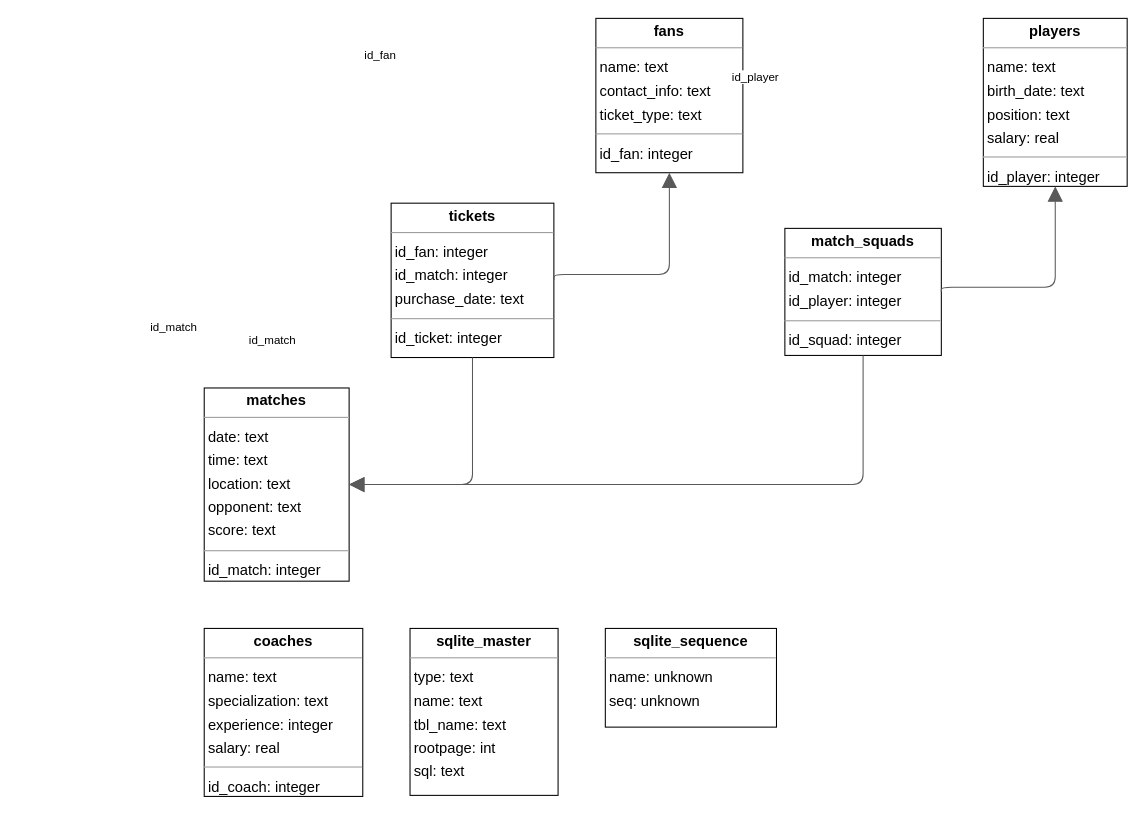
The draw.io diagram dasha_infological_model.drawio in knorke102/schemes, before the edit. Source tidied: cells renumbered, new cells numbered last; positions are measured from the earlier drawing's top-left corner, leaving out a move shared by most shapes. Both pictures are drawn from the tidied source at 105%, with x=0, y=0 at pixel (204, 18).
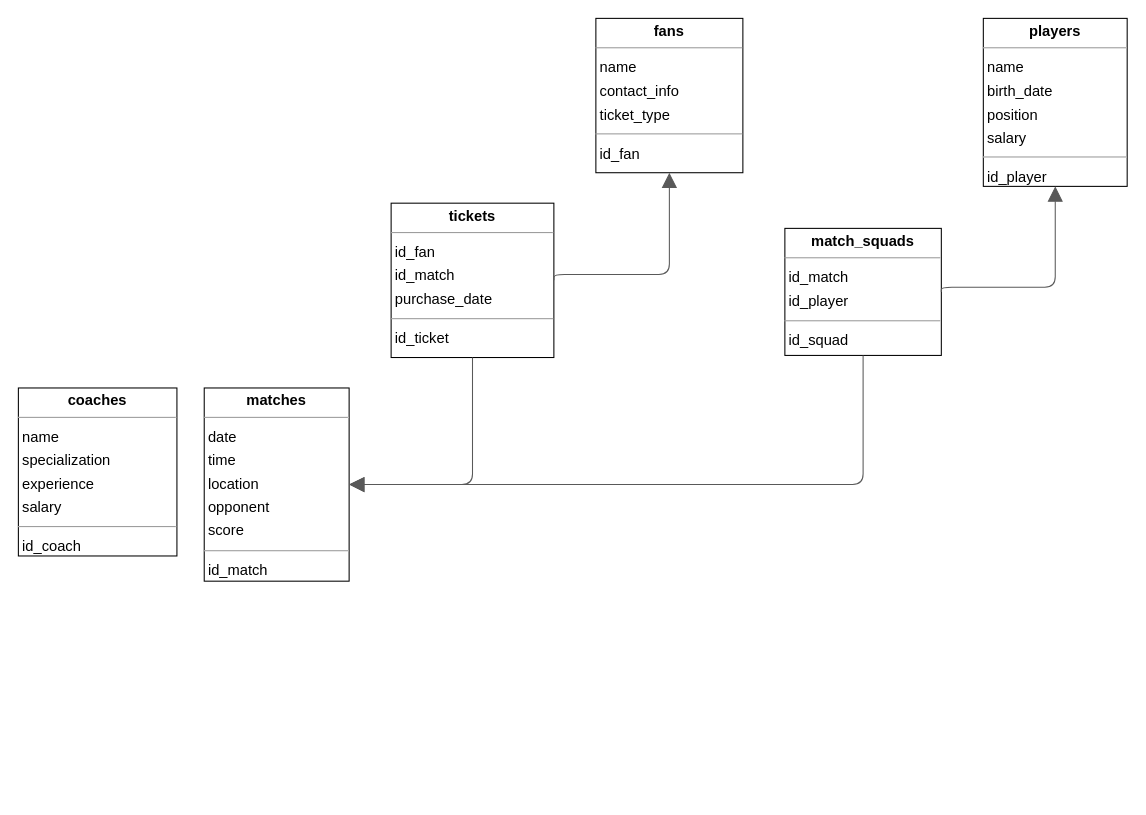
Above is the later version.

Unchanged cells that the change refers to:
```xml
<mxCell id="10" style="html=1;rounded=1;edgeStyle=orthogonalEdgeStyle;dashed=0;startArrow=none;endArrow=block;endSize=12;strokeColor=#595959;exitX=0.500;exitY=1.000;exitDx=0;exitDy=0;entryX=1.000;entryY=0.500;entryDx=0;entryDy=0;" parent="1" edge="1" source="4" target="5">
  <mxGeometry relative="1" as="geometry">
    <Array as="points">
      <mxPoint x="628" y="444" />
    </Array>
  </mxGeometry>
</mxCell>
<mxCell id="12" style="html=1;rounded=1;edgeStyle=orthogonalEdgeStyle;dashed=0;startArrow=none;endArrow=block;endSize=12;strokeColor=#595959;exitX=1.000;exitY=0.500;exitDx=0;exitDy=0;entryX=0.500;entryY=1.000;entryDx=0;entryDy=0;" parent="1" edge="1" source="4" target="6">
  <mxGeometry relative="1" as="geometry">
    <Array as="points">
      <mxPoint x="811" y="256" />
    </Array>
  </mxGeometry>
</mxCell>
<mxCell id="14" style="html=1;rounded=1;edgeStyle=orthogonalEdgeStyle;dashed=0;startArrow=none;endArrow=block;endSize=12;strokeColor=#595959;exitX=1.000;exitY=0.500;exitDx=0;exitDy=0;entryX=0.500;entryY=1.000;entryDx=0;entryDy=0;" parent="1" edge="1" source="9" target="3">
  <mxGeometry relative="1" as="geometry">
    <Array as="points">
      <mxPoint x="443" y="244" />
    </Array>
  </mxGeometry>
</mxCell>
<mxCell id="16" style="html=1;rounded=1;edgeStyle=orthogonalEdgeStyle;dashed=0;startArrow=none;endArrow=block;endSize=12;strokeColor=#595959;exitX=0.500;exitY=1.000;exitDx=0;exitDy=0;entryX=1.000;entryY=0.500;entryDx=0;entryDy=0;" parent="1" edge="1" source="9" target="5">
  <mxGeometry relative="1" as="geometry">
    <Array as="points">
      <mxPoint x="256" y="444" />
    </Array>
  </mxGeometry>
</mxCell>
```

The edit, as a diff of the source:
```diff
@@
-    <mxCell id="2" value="&lt;p style=&quot;margin:0px;margin-top:4px;text-align:center;&quot;&gt;&lt;b&gt;coaches&lt;/b&gt;&lt;/p&gt;&lt;hr size=&quot;1&quot;/&gt;&lt;p style=&quot;margin:0 0 0 4px;line-height:1.6;&quot;&gt; name: text&lt;br/&gt; specialization: text&lt;br/&gt; experience: integer&lt;br/&gt; salary: real&lt;/p&gt;&lt;hr size=&quot;1&quot;/&gt;&lt;p style=&quot;margin:0 0 0 4px;line-height:1.6;&quot;&gt; id_coach: integer&lt;/p&gt;" style="verticalAlign=top;align=left;overflow=fill;fontSize=14;fontFamily=Helvetica;html=1;rounded=0;shadow=0;comic=0;labelBackgroundColor=none;strokeWidth=1;" parent="1" vertex="1">
-      <mxGeometry y="581" width="151" height="160" as="geometry" />
+    <mxCell id="2" value="&lt;p style=&quot;margin:0px;margin-top:4px;text-align:center;&quot;&gt;&lt;b&gt;coaches&lt;/b&gt;&lt;/p&gt;&lt;hr size=&quot;1&quot;&gt;&lt;p style=&quot;margin:0 0 0 4px;line-height:1.6;&quot;&gt; name&lt;br&gt; specialization&lt;br&gt; experience&lt;br&gt; salary&lt;/p&gt;&lt;hr size=&quot;1&quot;&gt;&lt;p style=&quot;margin:0 0 0 4px;line-height:1.6;&quot;&gt; id_coach&lt;/p&gt;" style="verticalAlign=top;align=left;overflow=fill;fontSize=14;fontFamily=Helvetica;html=1;rounded=0;shadow=0;comic=0;labelBackgroundColor=none;strokeWidth=1;" parent="1" vertex="1">
+      <mxGeometry x="-177" y="352" width="151" height="160" as="geometry" />
     </mxCell>
-    <mxCell id="3" value="&lt;p style=&quot;margin:0px;margin-top:4px;text-align:center;&quot;&gt;&lt;b&gt;fans&lt;/b&gt;&lt;/p&gt;&lt;hr size=&quot;1&quot;/&gt;&lt;p style=&quot;margin:0 0 0 4px;line-height:1.6;&quot;&gt; name: text&lt;br/&gt; contact_info: text&lt;br/&gt; ticket_type: text&lt;/p&gt;&lt;hr size=&quot;1&quot;/&gt;&lt;p style=&quot;margin:0 0 0 4px;line-height:1.6;&quot;&gt; id_fan: integer&lt;/p&gt;" style="verticalAlign=top;align=left;overflow=fill;fontSize=14;fontFamily=Helvetica;html=1;rounded=0;shadow=0;comic=0;labelBackgroundColor=none;strokeWidth=1;" parent="1" vertex="1">
+    <mxCell id="3" value="&lt;p style=&quot;margin:0px;margin-top:4px;text-align:center;&quot;&gt;&lt;b&gt;fans&lt;/b&gt;&lt;/p&gt;&lt;hr size=&quot;1&quot;&gt;&lt;p style=&quot;margin:0 0 0 4px;line-height:1.6;&quot;&gt; name&lt;br&gt; contact_info&lt;br&gt; ticket_type&lt;/p&gt;&lt;hr size=&quot;1&quot;&gt;&lt;p style=&quot;margin:0 0 0 4px;line-height:1.6;&quot;&gt; id_fan&lt;/p&gt;" style="verticalAlign=top;align=left;overflow=fill;fontSize=14;fontFamily=Helvetica;html=1;rounded=0;shadow=0;comic=0;labelBackgroundColor=none;strokeWidth=1;" parent="1" vertex="1">
       <mxGeometry x="373" width="140" height="147" as="geometry" />
     </mxCell>
-    <mxCell id="4" value="&lt;p style=&quot;margin:0px;margin-top:4px;text-align:center;&quot;&gt;&lt;b&gt;match_squads&lt;/b&gt;&lt;/p&gt;&lt;hr size=&quot;1&quot;/&gt;&lt;p style=&quot;margin:0 0 0 4px;line-height:1.6;&quot;&gt; id_match: integer&lt;br/&gt; id_player: integer&lt;/p&gt;&lt;hr size=&quot;1&quot;/&gt;&lt;p style=&quot;margin:0 0 0 4px;line-height:1.6;&quot;&gt; id_squad: integer&lt;/p&gt;" style="verticalAlign=top;align=left;overflow=fill;fontSize=14;fontFamily=Helvetica;html=1;rounded=0;shadow=0;comic=0;labelBackgroundColor=none;strokeWidth=1;" parent="1" vertex="1">
+    <mxCell id="4" value="&lt;p style=&quot;margin:0px;margin-top:4px;text-align:center;&quot;&gt;&lt;b&gt;match_squads&lt;/b&gt;&lt;/p&gt;&lt;hr size=&quot;1&quot;&gt;&lt;p style=&quot;margin:0 0 0 4px;line-height:1.6;&quot;&gt; id_match&lt;br&gt; id_player&lt;/p&gt;&lt;hr size=&quot;1&quot;&gt;&lt;p style=&quot;margin:0 0 0 4px;line-height:1.6;&quot;&gt; id_squad&lt;/p&gt;" style="verticalAlign=top;align=left;overflow=fill;fontSize=14;fontFamily=Helvetica;html=1;rounded=0;shadow=0;comic=0;labelBackgroundColor=none;strokeWidth=1;" parent="1" vertex="1">
       <mxGeometry x="553" y="200" width="149" height="121" as="geometry" />
     </mxCell>
-    <mxCell id="5" value="&lt;p style=&quot;margin:0px;margin-top:4px;text-align:center;&quot;&gt;&lt;b&gt;matches&lt;/b&gt;&lt;/p&gt;&lt;hr size=&quot;1&quot;/&gt;&lt;p style=&quot;margin:0 0 0 4px;line-height:1.6;&quot;&gt; date: text&lt;br/&gt; time: text&lt;br/&gt; location: text&lt;br/&gt; opponent: text&lt;br/&gt; score: text&lt;/p&gt;&lt;hr size=&quot;1&quot;/&gt;&lt;p style=&quot;margin:0 0 0 4px;line-height:1.6;&quot;&gt; id_match: integer&lt;/p&gt;" style="verticalAlign=top;align=left;overflow=fill;fontSize=14;fontFamily=Helvetica;html=1;rounded=0;shadow=0;comic=0;labelBackgroundColor=none;strokeWidth=1;" parent="1" vertex="1">
+    <mxCell id="5" value="&lt;p style=&quot;margin:0px;margin-top:4px;text-align:center;&quot;&gt;&lt;b&gt;matches&lt;/b&gt;&lt;/p&gt;&lt;hr size=&quot;1&quot;&gt;&lt;p style=&quot;margin:0 0 0 4px;line-height:1.6;&quot;&gt; date&lt;br&gt; time&lt;br&gt; location&lt;br&gt; opponent&lt;br&gt; score&lt;/p&gt;&lt;hr size=&quot;1&quot;&gt;&lt;p style=&quot;margin:0 0 0 4px;line-height:1.6;&quot;&gt; id_match&lt;/p&gt;" style="verticalAlign=top;align=left;overflow=fill;fontSize=14;fontFamily=Helvetica;html=1;rounded=0;shadow=0;comic=0;labelBackgroundColor=none;strokeWidth=1;" parent="1" vertex="1">
       <mxGeometry y="352" width="138" height="184" as="geometry" />
     </mxCell>
-    <mxCell id="6" value="&lt;p style=&quot;margin:0px;margin-top:4px;text-align:center;&quot;&gt;&lt;b&gt;players&lt;/b&gt;&lt;/p&gt;&lt;hr size=&quot;1&quot;/&gt;&lt;p style=&quot;margin:0 0 0 4px;line-height:1.6;&quot;&gt; name: text&lt;br/&gt; birth_date: text&lt;br/&gt; position: text&lt;br/&gt; salary: real&lt;/p&gt;&lt;hr size=&quot;1&quot;/&gt;&lt;p style=&quot;margin:0 0 0 4px;line-height:1.6;&quot;&gt; id_player: integer&lt;/p&gt;" style="verticalAlign=top;align=left;overflow=fill;fontSize=14;fontFamily=Helvetica;html=1;rounded=0;shadow=0;comic=0;labelBackgroundColor=none;strokeWidth=1;" parent="1" vertex="1">
+    <mxCell id="6" value="&lt;p style=&quot;margin:0px;margin-top:4px;text-align:center;&quot;&gt;&lt;b&gt;players&lt;/b&gt;&lt;/p&gt;&lt;hr size=&quot;1&quot;&gt;&lt;p style=&quot;margin:0 0 0 4px;line-height:1.6;&quot;&gt; name&lt;br&gt; birth_date&lt;br&gt; position&lt;br&gt; salary&lt;/p&gt;&lt;hr size=&quot;1&quot;&gt;&lt;p style=&quot;margin:0 0 0 4px;line-height:1.6;&quot;&gt; id_player&lt;/p&gt;" style="verticalAlign=top;align=left;overflow=fill;fontSize=14;fontFamily=Helvetica;html=1;rounded=0;shadow=0;comic=0;labelBackgroundColor=none;strokeWidth=1;" parent="1" vertex="1">
       <mxGeometry x="742" width="137" height="160" as="geometry" />
     </mxCell>
-    <mxCell id="7" value="&lt;p style=&quot;margin:0px;margin-top:4px;text-align:center;&quot;&gt;&lt;b&gt;sqlite_master&lt;/b&gt;&lt;/p&gt;&lt;hr size=&quot;1&quot;/&gt;&lt;p style=&quot;margin:0 0 0 4px;line-height:1.6;&quot;&gt; type: text&lt;br/&gt; name: text&lt;br/&gt; tbl_name: text&lt;br/&gt; rootpage: int&lt;br/&gt; sql: text&lt;/p&gt;" style="verticalAlign=top;align=left;overflow=fill;fontSize=14;fontFamily=Helvetica;html=1;rounded=0;shadow=0;comic=0;labelBackgroundColor=none;strokeWidth=1;" parent="1" vertex="1">
-      <mxGeometry x="196" y="581" width="141" height="159" as="geometry" />
-    </mxCell>
-    <mxCell id="8" value="&lt;p style=&quot;margin:0px;margin-top:4px;text-align:center;&quot;&gt;&lt;b&gt;sqlite_sequence&lt;/b&gt;&lt;/p&gt;&lt;hr size=&quot;1&quot;/&gt;&lt;p style=&quot;margin:0 0 0 4px;line-height:1.6;&quot;&gt; name: unknown&lt;br/&gt; seq: unknown&lt;/p&gt;" style="verticalAlign=top;align=left;overflow=fill;fontSize=14;fontFamily=Helvetica;html=1;rounded=0;shadow=0;comic=0;labelBackgroundColor=none;strokeWidth=1;" parent="1" vertex="1">
-      <mxGeometry x="382" y="581" width="163" height="94" as="geometry" />
-    </mxCell>
-    <mxCell id="9" value="&lt;p style=&quot;margin:0px;margin-top:4px;text-align:center;&quot;&gt;&lt;b&gt;tickets&lt;/b&gt;&lt;/p&gt;&lt;hr size=&quot;1&quot;/&gt;&lt;p style=&quot;margin:0 0 0 4px;line-height:1.6;&quot;&gt; id_fan: integer&lt;br/&gt; id_match: integer&lt;br/&gt; purchase_date: text&lt;/p&gt;&lt;hr size=&quot;1&quot;/&gt;&lt;p style=&quot;margin:0 0 0 4px;line-height:1.6;&quot;&gt; id_ticket: integer&lt;/p&gt;" style="verticalAlign=top;align=left;overflow=fill;fontSize=14;fontFamily=Helvetica;html=1;rounded=0;shadow=0;comic=0;labelBackgroundColor=none;strokeWidth=1;" parent="1" vertex="1">
+    <mxCell id="9" value="&lt;p style=&quot;margin:0px;margin-top:4px;text-align:center;&quot;&gt;&lt;b&gt;tickets&lt;/b&gt;&lt;/p&gt;&lt;hr size=&quot;1&quot;&gt;&lt;p style=&quot;margin:0 0 0 4px;line-height:1.6;&quot;&gt; id_fan&lt;br&gt; id_match&lt;br&gt; purchase_date&lt;/p&gt;&lt;hr size=&quot;1&quot;&gt;&lt;p style=&quot;margin:0 0 0 4px;line-height:1.6;&quot;&gt; id_ticket&lt;/p&gt;" style="verticalAlign=top;align=left;overflow=fill;fontSize=14;fontFamily=Helvetica;html=1;rounded=0;shadow=0;comic=0;labelBackgroundColor=none;strokeWidth=1;" parent="1" vertex="1">
       <mxGeometry x="178" y="176" width="155" height="147" as="geometry" />
     </mxCell>
@@
-    <mxCell id="11" value="id_match" style="edgeLabel;html=1;align=left;verticalAlign=top;strokeColor=default;" parent="10" vertex="1">
-      <mxGeometry x="41" y="294" as="geometry" />
-    </mxCell>
@@
-    <mxCell id="13" value="id_player" style="edgeLabel;html=1;align=left;verticalAlign=top;strokeColor=default;" parent="12" vertex="1">
-      <mxGeometry x="501" y="43" as="geometry" />
-    </mxCell>
@@
-    <mxCell id="15" value="id_fan" style="edgeLabel;html=1;align=left;verticalAlign=top;strokeColor=default;" parent="14" vertex="1">
-      <mxGeometry x="151" y="22" as="geometry" />
-    </mxCell>
@@
-    <mxCell id="17" value="id_match" style="edgeLabel;html=1;align=left;verticalAlign=top;strokeColor=default;" parent="16" vertex="1">
-      <mxGeometry x="-53" y="281" as="geometry" />
-    </mxCell>
```
